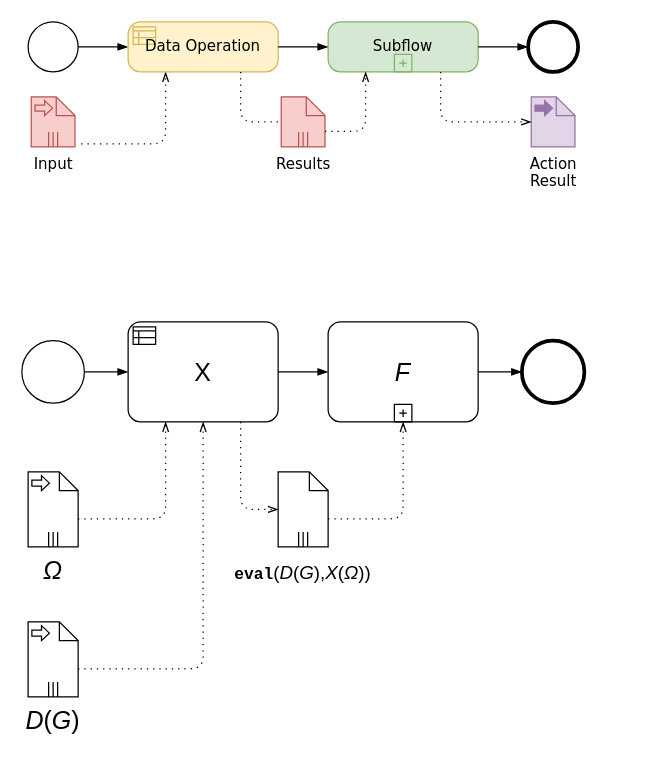
The draw.io diagram page "dataOp" (2 of 4) of doc/Paper_BPMN_flow.drawio in miguel76/know-flow, before the edit. Source tidied: cells renumbered, new cells numbered last; positions are measured from the earlier drawing's top-left corner, leaving out a move shared by most shapes. Both pictures are drawn from the tidied source at 125%, with x=0, y=0 at pixel (21, 21).
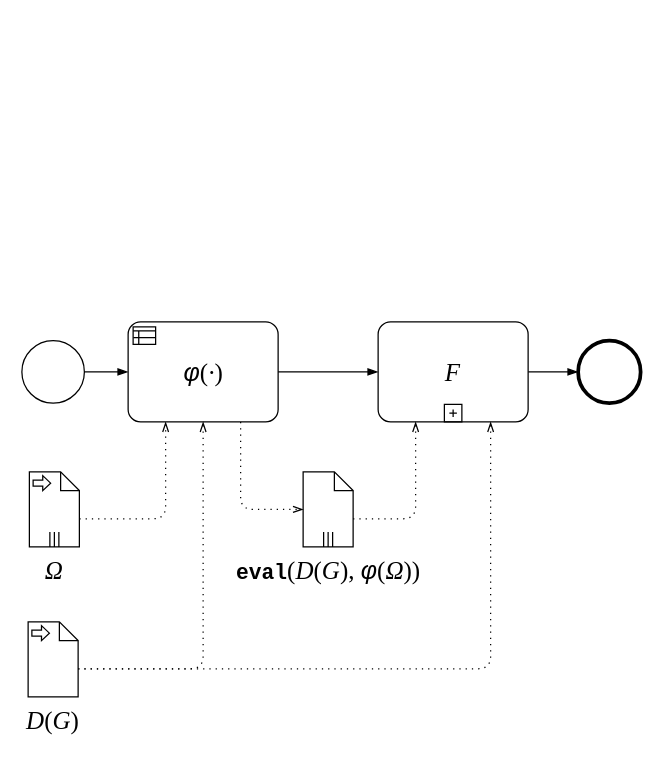
After the change.

The edit, as a diff of the source:
```diff
@@
-    <mxCell id="2" value="Input" style="shape=mxgraph.bpmn.data;labelPosition=center;verticalLabelPosition=bottom;align=center;verticalAlign=top;whiteSpace=wrap;size=15;html=1;bpmnTransferType=input;isCollection=1;fillColor=#f8cecc;strokeColor=#b85450;fontFamily=Verdana;" parent="1" vertex="1">
-      <mxGeometry x="7.5" y="60" width="35" height="40" as="geometry" />
-    </mxCell>
-    <mxCell id="3" style="edgeStyle=elbowEdgeStyle;fontSize=12;html=1;endFill=0;startFill=0;endSize=6;startSize=6;dashed=1;dashPattern=1 4;endArrow=openThin;startArrow=none;exitX=0;exitY=0;exitDx=40;exitDy=37.5;exitPerimeter=0;entryX=0.25;entryY=1;entryDx=0;entryDy=0;entryPerimeter=0;" parent="1" edge="1" source="2" target="7">
-      <mxGeometry relative="1" as="geometry">
-        <Array as="points">
-          <mxPoint x="115" y="100" />
-        </Array>
-      </mxGeometry>
-    </mxCell>
-    <mxCell id="4" style="points=[[0.145,0.145,0],[0.5,0,0],[0.855,0.145,0],[1,0.5,0],[0.855,0.855,0],[0.5,1,0],[0.145,0.855,0],[0,0.5,0]];shape=mxgraph.bpmn.event;html=1;verticalLabelPosition=bottom;labelBackgroundColor=#ffffff;verticalAlign=top;align=center;perimeter=ellipsePerimeter;outlineConnect=0;outline=standard;symbol=general;" parent="1" vertex="1">
-      <mxGeometry x="5" width="40" height="40" as="geometry" />
-    </mxCell>
-    <mxCell id="5" style="edgeStyle=elbowEdgeStyle;fontSize=12;html=1;endArrow=blockThin;endFill=1;exitX=1;exitY=0.5;exitDx=0;exitDy=0;exitPerimeter=0;entryX=0;entryY=0.5;entryDx=0;entryDy=0;entryPerimeter=0;" parent="1" edge="1" source="4" target="7">
-      <mxGeometry relative="1" as="geometry" />
-    </mxCell>
-    <mxCell id="6" value="Subflow" style="points=[[0.25,0,0],[0.5,0,0],[0.75,0,0],[1,0.25,0],[1,0.5,0],[1,0.75,0],[0.75,1,0],[0.5,1,0],[0.25,1,0],[0,0.75,0],[0,0.5,0],[0,0.25,0]];shape=mxgraph.bpmn.task;whiteSpace=wrap;rectStyle=rounded;size=10;taskMarker=abstract;isLoopSub=1;fillColor=#d5e8d4;strokeColor=#82b366;fontFamily=Verdana;" parent="1" vertex="1">
-      <mxGeometry x="245" width="120" height="40" as="geometry" />
-    </mxCell>
-    <mxCell id="7" value="Data Operation" style="points=[[0.25,0,0],[0.5,0,0],[0.75,0,0],[1,0.25,0],[1,0.5,0],[1,0.75,0],[0.75,1,0],[0.5,1,0],[0.25,1,0],[0,0.75,0],[0,0.5,0],[0,0.25,0]];shape=mxgraph.bpmn.task;whiteSpace=wrap;rectStyle=rounded;size=10;taskMarker=businessRule;fillColor=#fff2cc;strokeColor=#d6b656;fontFamily=Verdana;" parent="1" vertex="1">
-      <mxGeometry x="85" width="120" height="40" as="geometry" />
-    </mxCell>
-    <mxCell id="8" style="edgeStyle=elbowEdgeStyle;fontSize=12;html=1;endArrow=blockThin;endFill=1;exitX=1;exitY=0.5;exitDx=0;exitDy=0;exitPerimeter=0;entryX=0;entryY=0.5;entryDx=0;entryDy=0;entryPerimeter=0;" parent="1" edge="1" source="7" target="6">
-      <mxGeometry relative="1" as="geometry" />
-    </mxCell>
-    <mxCell id="9" value="Results" style="shape=mxgraph.bpmn.data;labelPosition=center;verticalLabelPosition=bottom;align=center;verticalAlign=top;whiteSpace=wrap;size=15;html=1;bpmnTransferType=none;isCollection=1;fillColor=#f8cecc;strokeColor=#b85450;fontFamily=Verdana;" parent="1" vertex="1">
-      <mxGeometry x="207.5" y="60" width="35" height="40" as="geometry" />
-    </mxCell>
-    <mxCell id="10" style="edgeStyle=elbowEdgeStyle;fontSize=12;html=1;endFill=0;startFill=0;endSize=6;startSize=6;dashed=1;dashPattern=1 4;endArrow=openThin;startArrow=none;entryX=0.25;entryY=1;entryDx=0;entryDy=0;entryPerimeter=0;exitX=0;exitY=0;exitDx=35;exitDy=27.5;exitPerimeter=0;" parent="1" edge="1" source="9" target="6">
-      <mxGeometry relative="1" as="geometry">
-        <Array as="points">
-          <mxPoint x="275" y="80" />
-          <mxPoint x="265" y="70" />
-          <mxPoint x="275" y="110" />
-        </Array>
-      </mxGeometry>
-    </mxCell>
-    <mxCell id="11" style="edgeStyle=elbowEdgeStyle;fontSize=12;html=1;endFill=0;startFill=0;endSize=6;startSize=6;dashed=1;dashPattern=1 4;endArrow=none;startArrow=none;exitX=0.75;exitY=1;exitDx=0;exitDy=0;exitPerimeter=0;entryX=0;entryY=0.5;entryDx=0;entryDy=0;entryPerimeter=0;" parent="1" edge="1" source="7" target="9">
-      <mxGeometry relative="1" as="geometry">
-        <Array as="points">
-          <mxPoint x="175" y="70" />
-          <mxPoint x="175" y="110" />
-        </Array>
-      </mxGeometry>
-    </mxCell>
-    <mxCell id="12" style="points=[[0.145,0.145,0],[0.5,0,0],[0.855,0.145,0],[1,0.5,0],[0.855,0.855,0],[0.5,1,0],[0.145,0.855,0],[0,0.5,0]];shape=mxgraph.bpmn.event;html=1;verticalLabelPosition=bottom;labelBackgroundColor=#ffffff;verticalAlign=top;align=center;perimeter=ellipsePerimeter;outlineConnect=0;outline=end;symbol=terminate2;" parent="1" vertex="1">
-      <mxGeometry x="405" width="40" height="40" as="geometry" />
-    </mxCell>
-    <mxCell id="13" style="edgeStyle=elbowEdgeStyle;fontSize=12;html=1;endArrow=blockThin;endFill=1;exitX=1;exitY=0.5;exitDx=0;exitDy=0;exitPerimeter=0;entryX=0;entryY=0.5;entryDx=0;entryDy=0;entryPerimeter=0;" parent="1" edge="1" source="6" target="12">
-      <mxGeometry relative="1" as="geometry" />
-    </mxCell>
-    <mxCell id="14" value="Action Result" style="shape=mxgraph.bpmn.data;labelPosition=center;verticalLabelPosition=bottom;align=center;verticalAlign=top;whiteSpace=wrap;size=15;html=1;bpmnTransferType=output;fillColor=#e1d5e7;strokeColor=#9673a6;fontFamily=Verdana;" parent="1" vertex="1">
-      <mxGeometry x="407.5" y="60" width="35" height="40" as="geometry" />
-    </mxCell>
-    <mxCell id="15" style="edgeStyle=elbowEdgeStyle;fontSize=12;html=1;endFill=0;startFill=0;endSize=6;startSize=6;dashed=1;dashPattern=1 4;endArrow=openThin;startArrow=none;exitX=0.75;exitY=1;exitDx=0;exitDy=0;exitPerimeter=0;entryX=0;entryY=0.5;entryDx=0;entryDy=0;entryPerimeter=0;" parent="1" edge="1" source="6" target="14">
-      <mxGeometry relative="1" as="geometry">
-        <Array as="points">
-          <mxPoint x="335" y="70" />
-          <mxPoint x="365" y="90" />
-          <mxPoint x="335" y="120" />
-          <mxPoint x="315" y="140" />
-        </Array>
-      </mxGeometry>
-    </mxCell>
-    <mxCell id="16" value="&lt;i&gt;Ω&lt;/i&gt;" style="shape=mxgraph.bpmn.data;labelPosition=center;verticalLabelPosition=bottom;align=center;verticalAlign=top;whiteSpace=wrap;size=15;html=1;bpmnTransferType=input;isCollection=1;fontSize=20;" parent="1" vertex="1">
-      <mxGeometry x="5" y="360" width="40" height="60" as="geometry" />
+    <mxCell id="16" value="&lt;i&gt;&lt;font face=&quot;Times New Roman&quot;&gt;Ω&lt;/font&gt;&lt;/i&gt;" style="shape=mxgraph.bpmn.data;labelPosition=center;verticalLabelPosition=bottom;align=center;verticalAlign=top;whiteSpace=wrap;size=15;html=1;bpmnTransferType=input;isCollection=1;fontSize=20;" parent="1" vertex="1">
+      <mxGeometry x="6" y="360" width="40" height="60" as="geometry" />
     </mxCell>
@@
     <mxCell id="18" style="points=[[0.145,0.145,0],[0.5,0,0],[0.855,0.145,0],[1,0.5,0],[0.855,0.855,0],[0.5,1,0],[0.145,0.855,0],[0,0.5,0]];shape=mxgraph.bpmn.event;html=1;verticalLabelPosition=bottom;labelBackgroundColor=#ffffff;verticalAlign=top;align=center;perimeter=ellipsePerimeter;outlineConnect=0;outline=end;symbol=terminate2;fontSize=20;" parent="1" vertex="1">
-      <mxGeometry x="400" y="255" width="50" height="50" as="geometry" />
+      <mxGeometry x="445" y="255" width="50" height="50" as="geometry" />
     </mxCell>
@@
-    <mxCell id="22" value="X" style="points=[[0.25,0,0],[0.5,0,0],[0.75,0,0],[1,0.25,0],[1,0.5,0],[1,0.75,0],[0.75,1,0],[0.5,1,0],[0.25,1,0],[0,0.75,0],[0,0.5,0],[0,0.25,0]];shape=mxgraph.bpmn.task;whiteSpace=wrap;rectStyle=rounded;size=10;taskMarker=businessRule;fontSize=20;" parent="1" vertex="1">
+    <mxCell id="22" style="points=[[0.25,0,0],[0.5,0,0],[0.75,0,0],[1,0.25,0],[1,0.5,0],[1,0.75,0],[0.75,1,0],[0.5,1,0],[0.25,1,0],[0,0.75,0],[0,0.5,0],[0,0.25,0]];shape=mxgraph.bpmn.task;whiteSpace=wrap;rectStyle=rounded;size=10;taskMarker=businessRule;fontSize=20;fontStyle=2;" parent="1" vertex="1">
       <mxGeometry x="85" y="240" width="120" height="80" as="geometry" />
     </mxCell>
-    <mxCell id="23" value="F" style="points=[[0.25,0,0],[0.5,0,0],[0.75,0,0],[1,0.25,0],[1,0.5,0],[1,0.75,0],[0.75,1,0],[0.5,1,0],[0.25,1,0],[0,0.75,0],[0,0.5,0],[0,0.25,0]];shape=mxgraph.bpmn.task;whiteSpace=wrap;rectStyle=rounded;size=10;taskMarker=abstract;isLoopSub=1;fontSize=20;fontStyle=2;" parent="1" vertex="1">
-      <mxGeometry x="245" y="240" width="120" height="80" as="geometry" />
+    <mxCell id="23" value="F" style="points=[[0.25,0,0],[0.5,0,0],[0.75,0,0],[1,0.25,0],[1,0.5,0],[1,0.75,0],[0.75,1,0],[0.5,1,0],[0.25,1,0],[0,0.75,0],[0,0.5,0],[0,0.25,0]];shape=mxgraph.bpmn.task;whiteSpace=wrap;rectStyle=rounded;size=10;taskMarker=abstract;isLoopSub=1;fontSize=20;fontStyle=2;fontFamily=Times New Roman;" parent="1" vertex="1">
+      <mxGeometry x="285" y="240" width="120" height="80" as="geometry" />
     </mxCell>
@@
-    <mxCell id="25" value="&lt;font&gt;&lt;font face=&quot;Courier New&quot; size=&quot;1&quot;&gt;&lt;b style=&quot;font-size: 13px&quot;&gt;eval&lt;/b&gt;&lt;/font&gt;&lt;span style=&quot;font-size: 15px&quot;&gt;(&lt;/span&gt;&lt;i style=&quot;font-size: 15px&quot;&gt;D&lt;/i&gt;&lt;span style=&quot;font-size: 15px&quot;&gt;(&lt;/span&gt;&lt;i style=&quot;font-size: 15px&quot;&gt;G&lt;/i&gt;&lt;span style=&quot;font-size: 15px&quot;&gt;),&lt;/span&gt;&lt;i style=&quot;font-size: 15px&quot;&gt;X&lt;/i&gt;&lt;span style=&quot;font-size: 15px&quot;&gt;(&lt;/span&gt;&lt;i style=&quot;font-size: 15px&quot;&gt;Ω&lt;/i&gt;&lt;span style=&quot;font-size: 15px&quot;&gt;))&lt;/span&gt;&lt;/font&gt;" style="shape=mxgraph.bpmn.data;labelPosition=center;verticalLabelPosition=bottom;align=center;verticalAlign=top;whiteSpace=wrap;size=15;html=1;bpmnTransferType=none;isCollection=1;fontSize=20;" parent="1" vertex="1">
-      <mxGeometry x="205" y="360" width="40" height="60" as="geometry" />
+    <mxCell id="25" value="&lt;font size=&quot;1&quot; face=&quot;Courier New&quot;&gt;&lt;span style=&quot;font-size: 17px&quot;&gt;&lt;b&gt;eval&lt;/b&gt;&lt;/span&gt;&lt;/font&gt;&lt;span style=&quot;font-family: &amp;#34;times new roman&amp;#34; ; font-size: 20px&quot;&gt;(&lt;/span&gt;&lt;i style=&quot;font-family: &amp;#34;times new roman&amp;#34; ; font-size: 20px&quot;&gt;D&lt;/i&gt;&lt;span style=&quot;font-family: &amp;#34;times new roman&amp;#34; ; font-size: 20px&quot;&gt;(&lt;/span&gt;&lt;i style=&quot;font-family: &amp;#34;times new roman&amp;#34; ; font-size: 20px&quot;&gt;G&lt;/i&gt;&lt;span style=&quot;font-family: &amp;#34;times new roman&amp;#34; ; font-size: 20px&quot;&gt;),&amp;nbsp;&lt;/span&gt;&lt;i&gt;φ&lt;/i&gt;&lt;span style=&quot;font-family: &amp;#34;times new roman&amp;#34; ; font-size: 20px&quot;&gt;(&lt;/span&gt;&lt;i style=&quot;font-family: &amp;#34;times new roman&amp;#34; ; font-size: 20px&quot;&gt;Ω&lt;/i&gt;&lt;span style=&quot;font-family: &amp;#34;times new roman&amp;#34; ; font-size: 20px&quot;&gt;))&lt;/span&gt;" style="shape=mxgraph.bpmn.data;labelPosition=center;verticalLabelPosition=bottom;align=center;verticalAlign=top;size=15;html=1;bpmnTransferType=none;isCollection=1;fontSize=20;" parent="1" vertex="1">
+      <mxGeometry x="225" y="360" width="40" height="60" as="geometry" />
     </mxCell>
@@
-    <mxCell id="27" style="edgeStyle=elbowEdgeStyle;fontSize=12;html=1;endFill=0;startFill=0;endSize=6;startSize=6;dashed=1;dashPattern=1 4;endArrow=openThin;startArrow=none;exitX=0;exitY=0;exitDx=40;exitDy=37.5;exitPerimeter=0;entryX=0.5;entryY=1;entryDx=0;entryDy=0;entryPerimeter=0;" parent="1" edge="1" source="25" target="23">
+    <mxCell id="27" style="edgeStyle=elbowEdgeStyle;fontSize=12;html=1;endFill=0;startFill=0;endSize=6;startSize=6;dashed=1;dashPattern=1 4;endArrow=openThin;startArrow=none;exitX=0;exitY=0;exitDx=40;exitDy=37.5;exitPerimeter=0;entryX=0.25;entryY=1;entryDx=0;entryDy=0;entryPerimeter=0;" parent="1" edge="1" source="25" target="23">
       <mxGeometry relative="1" as="geometry">
         <Array as="points">
+          <mxPoint x="315" y="350" />
+          <mxPoint x="275" y="370" />
           <mxPoint x="305" y="380" />
           <mxPoint x="295" y="410" />
           <mxPoint x="365" y="430" />
           <mxPoint x="375" y="430" />
           <mxPoint x="395" y="440" />
           <mxPoint x="428.5" y="480" />
           <mxPoint x="398.5" y="490" />
           <mxPoint x="428.5" y="540" />
           <mxPoint x="458.5" y="520" />
         </Array>
       </mxGeometry>
     </mxCell>
+    <mxCell id="29" style="edgeStyle=elbowEdgeStyle;fontSize=12;html=1;endFill=0;startFill=0;endSize=6;startSize=6;dashed=1;dashPattern=1 4;endArrow=openThin;startArrow=none;entryX=0.5;entryY=1;entryDx=0;entryDy=0;entryPerimeter=0;exitX=0;exitY=0;exitDx=40;exitDy=37.5;exitPerimeter=0;" parent="1" edge="1" source="28" target="22">
+      <mxGeometry relative="1" as="geometry">
+        <Array as="points">
+          <mxPoint x="145" y="470" />
+          <mxPoint x="125" y="380" />
+          <mxPoint x="135" y="380" />
+          <mxPoint x="155" y="390" />
+          <mxPoint x="188.5" y="430" />
+          <mxPoint x="158.5" y="440" />
+          <mxPoint x="188.5" y="490" />
+          <mxPoint x="218.5" y="470" />
+        </Array>
+      </mxGeometry>
+    </mxCell>
+    <mxCell id="30" style="edgeStyle=elbowEdgeStyle;fontSize=12;html=1;endFill=0;startFill=0;endSize=6;startSize=6;dashed=1;dashPattern=1 4;endArrow=openThin;startArrow=none;entryX=0.75;entryY=1;entryDx=0;entryDy=0;entryPerimeter=0;exitX=0;exitY=0;exitDx=40;exitDy=37.5;exitPerimeter=0;" parent="1" edge="1" source="28" target="23">
+      <mxGeometry relative="1" as="geometry">
+        <Array as="points">
+          <mxPoint x="375" y="380" />
+          <mxPoint x="335" y="450" />
+          <mxPoint x="155" y="480" />
+          <mxPoint x="135" y="390" />
+          <mxPoint x="145" y="390" />
+          <mxPoint x="165" y="400" />
+          <mxPoint x="198.5" y="440" />
+          <mxPoint x="168.5" y="450" />
+          <mxPoint x="198.5" y="500" />
+          <mxPoint x="228.5" y="480" />
+        </Array>
+      </mxGeometry>
+    </mxCell>
-    <mxCell id="28" value="&lt;i&gt;D&lt;/i&gt;(&lt;i&gt;G&lt;/i&gt;)" style="shape=mxgraph.bpmn.data;labelPosition=center;verticalLabelPosition=bottom;align=center;verticalAlign=top;whiteSpace=wrap;size=15;html=1;bpmnTransferType=input;isCollection=1;fontSize=20;" parent="1" vertex="1">
+    <mxCell id="28" value="&lt;font face=&quot;Times New Roman&quot;&gt;&lt;i&gt;D&lt;/i&gt;(&lt;i&gt;G&lt;/i&gt;)&lt;/font&gt;" style="shape=mxgraph.bpmn.data;labelPosition=center;verticalLabelPosition=bottom;align=center;verticalAlign=top;whiteSpace=wrap;size=15;html=1;bpmnTransferType=input;fontFamily=Helvetica;fontSize=20;" parent="1" vertex="1">
       <mxGeometry x="5" y="480" width="40" height="60" as="geometry" />
     </mxCell>
-    <mxCell id="29" style="edgeStyle=elbowEdgeStyle;fontSize=12;html=1;endFill=0;startFill=0;endSize=6;startSize=6;dashed=1;dashPattern=1 4;endArrow=openThin;startArrow=none;exitX=0;exitY=0;exitDx=40;exitDy=37.5;exitPerimeter=0;entryX=0.5;entryY=1;entryDx=0;entryDy=0;entryPerimeter=0;" parent="1" edge="1" source="28" target="22">
-      <mxGeometry relative="1" as="geometry">
-        <Array as="points">
-          <mxPoint x="145" y="470" />
-          <mxPoint x="125" y="380" />
-          <mxPoint x="135" y="380" />
-          <mxPoint x="155" y="390" />
-          <mxPoint x="188.5" y="430" />
-          <mxPoint x="158.5" y="440" />
-          <mxPoint x="188.5" y="490" />
-          <mxPoint x="218.5" y="470" />
-        </Array>
-      </mxGeometry>
-    </mxCell>
+    <mxCell id="31" value="&lt;i&gt;φ&lt;/i&gt;&lt;font face=&quot;Times New Roman&quot;&gt;(&lt;i&gt;·&lt;/i&gt;)&lt;/font&gt;" style="text;html=1;align=center;verticalAlign=middle;strokeColor=none;fillColor=none;fontSize=20;fontFamily=Helvetica;" parent="1" vertex="1">
+      <mxGeometry x="120" y="265" width="50" height="30" as="geometry" />
+    </mxCell>
```
